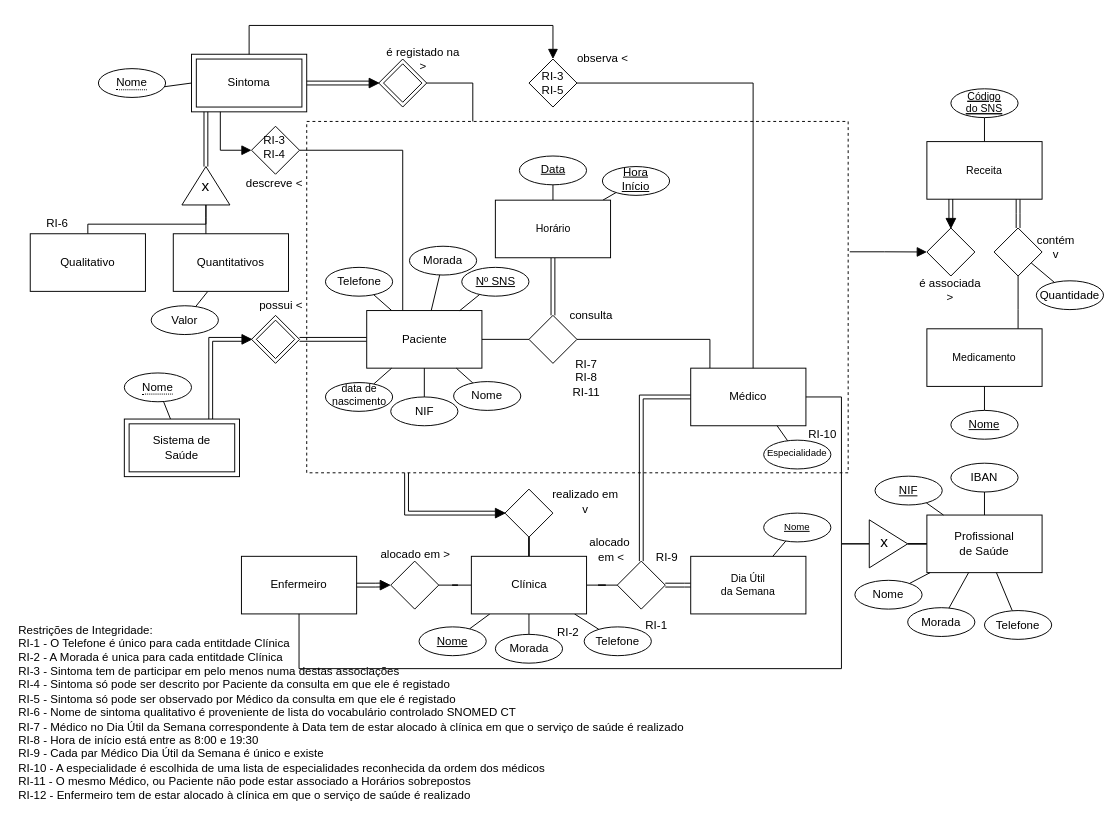
SrGesus/bd-projects-23 keeps this draw.io diagram as page "Page-1" (1 of 2) of p01/EA-Diagram.drawio. Above is the earlier version. Source tidied: cells renumbered, new cells numbered last; positions are measured from the earlier drawing's top-left corner, leaving out a move shared by most shapes. Both pictures are drawn from the tidied source at 96%, with x=0, y=0 at pixel (16, 25).
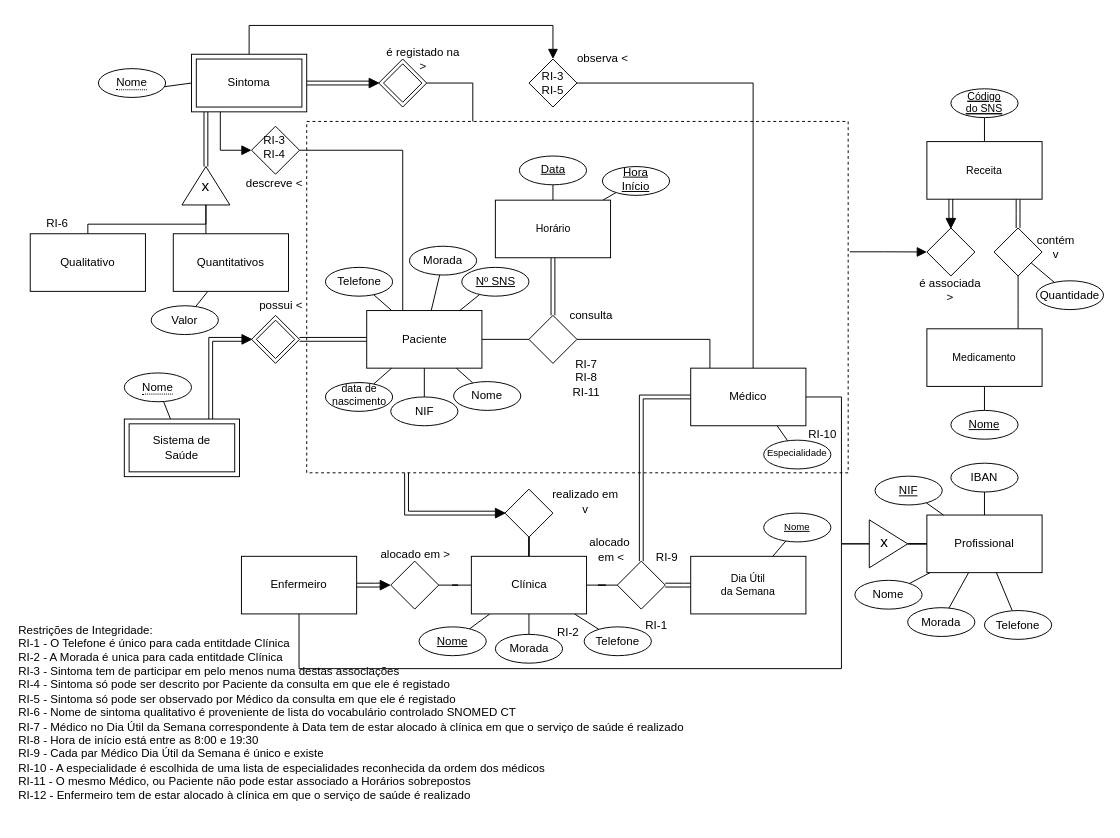
After the change.

Change to the diagram source:
```diff
@@
-    <mxCell id="54" value="Profissional&lt;br&gt;de Saúde" style="whiteSpace=wrap;html=1;" parent="1" vertex="1">
+    <mxCell id="54" value="Profissional" style="whiteSpace=wrap;html=1;" parent="1" vertex="1">
       <mxGeometry x="948" y="510" width="120" height="60" as="geometry" />
     </mxCell>
```
